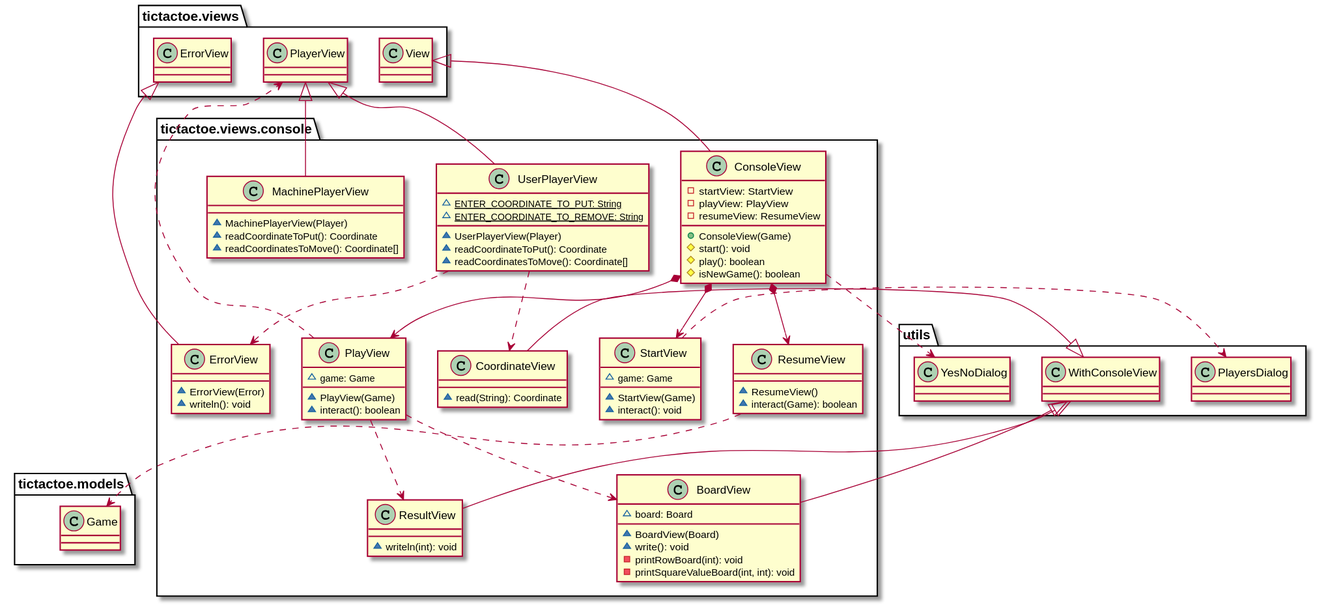
The PlantUML diagram documentView/withoutFactoryMethod/docs/diagrams/out/paquetes/tictactoe.views.console.svg in Jolucaa/USantaTecla-project-ticTacToe, before a commit.
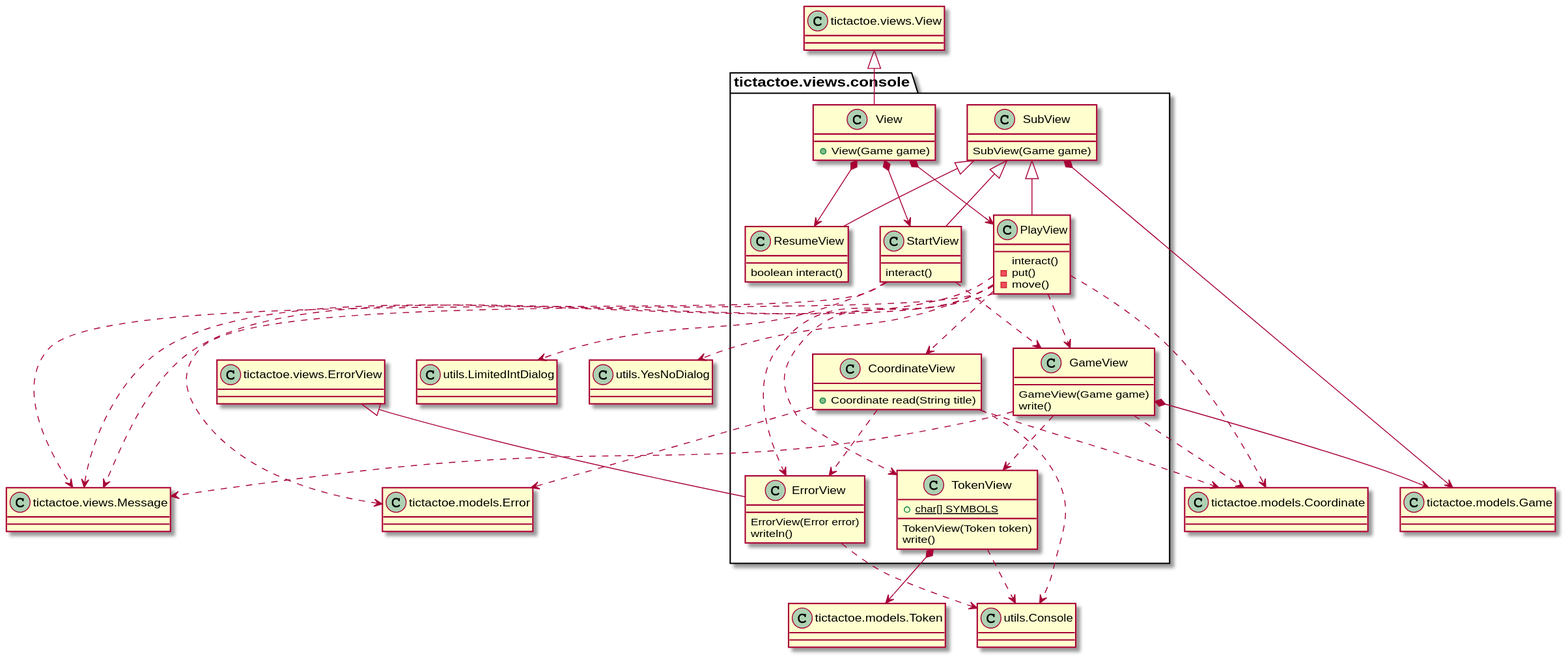
The same diagram one commit later.

What changed in the source:
```diff
@@ -1,83 +1,121 @@
 @startuml
+class tictactoe.views.console.CoordinateView {
 
-class  tictactoe.views.console.BoardView{
-~ board: Board
-~ BoardView(Board)
-~ write(): void
-- printRowBoard(int): void
-- printSquareValueBoard(int, int): void
+    + Coordinate read(String title)
+
 }
-utils.WithConsoleView <|-down- tictactoe.views.console.BoardView
 
-class  tictactoe.views.console.ConsoleView{
-- startView: StartView
-- playView: PlayView
-- resumeView: ResumeView
-+ ConsoleView(Game)
-# start(): void
-# play(): boolean
-# isNewGame(): boolean
+tictactoe.views.console.CoordinateView ..> tictactoe.views.console.ErrorView
+
+class Coordinate as "tictactoe.models.Coordinate"
+class Error as "tictactoe.models.Error"
+class Console as "utils.Console"
+
+tictactoe.views.console.CoordinateView ..> Console
+tictactoe.views.console.CoordinateView ..> Error
+tictactoe.views.console.CoordinateView ..> Coordinate
+
+class tictactoe.views.console.ErrorView {
+
+	ErrorView(Error error)
+	writeln()
+
 }
-tictactoe.views.View <|-down- tictactoe.views.console.ConsoleView
-tictactoe.views.console.ConsoleView *-down-> tictactoe.views.console.StartView
-tictactoe.views.console.ConsoleView *-down-> tictactoe.views.console.PlayView
-tictactoe.views.console.ConsoleView *-down-> tictactoe.views.console.ResumeView
-tictactoe.views.console.ConsoleView ..> utils.YesNoDialog
 
-class  tictactoe.views.console.CoordinateView{
-~ read(String): Coordinate
+class ErrorView as "tictactoe.views.ErrorView"
+
+ErrorView <|-- tictactoe.views.console.ErrorView
+tictactoe.views.console.ErrorView ..> Console
+
+class tictactoe.views.console.GameView {
+
+    GameView(Game game)
+	write()
+
 }
-utils.WithConsoleView <|-down- tictactoe.views.console.CoordinateView
 
-class  tictactoe.views.console.ErrorView{
-~ ErrorView(Error)
-~ writeln(): void
+class Game as "tictactoe.models.Game"
+class Message as "tictactoe.views.Message"
+
+tictactoe.views.console.GameView *--> Game
+tictactoe.views.console.GameView ..> Coordinate
+tictactoe.views.console.GameView ..> Message
+tictactoe.views.console.GameView ..> tictactoe.views.console.TokenView
+
+class tictactoe.views.console.SubView {
+
+	SubView(Game game)
+
 }
-tictactoe.views.ErrorView <|-down- tictactoe.views.console.ErrorView
 
-class  tictactoe.views.console.MachinePlayerView{
-~ MachinePlayerView(Player)
-~ readCoordinateToPut(): Coordinate
-~ readCoordinatesToMove(): Coordinate[]
+tictactoe.views.console.SubView *--> Game
+
+class tictactoe.views.console.PlayView {
+
+    interact()
+    - put()
+    - move()
+
 }
-tictactoe.views.PlayerView <|-down- tictactoe.views.console.MachinePlayerView
 
-class  tictactoe.views.console.PlayView{
-~ game: Game
-~ PlayView(Game)
-~ interact(): boolean
+tictactoe.views.console.SubView <|-- tictactoe.views.console.PlayView
+tictactoe.views.console.PlayView ..> Coordinate
+tictactoe.views.console.PlayView ..> Message
+tictactoe.views.console.PlayView ..> Error
+tictactoe.views.console.PlayView ..> tictactoe.views.console.ErrorView
+tictactoe.views.console.PlayView ..> tictactoe.views.console.CoordinateView
+tictactoe.views.console.PlayView ..> tictactoe.views.console.GameView
+tictactoe.views.console.PlayView ..> tictactoe.views.console.TokenView
+
+class tictactoe.views.console.ResumeView {
+
+	boolean interact()
+
 }
-tictactoe.views.console.PlayView ..> tictactoe.views.console.BoardView
-tictactoe.views.console.PlayView ..> tictactoe.views.PlayerView
-tictactoe.views.console.PlayView ..> tictactoe.views.console.ResultView
 
-class tictactoe.views.console.ResultView{
-~ writeln(int): void
+class YesNoDialog as "utils.YesNoDialog"
+
+tictactoe.views.console.SubView <|-- tictactoe.views.console.ResumeView
+tictactoe.views.console.PlayView ..> Message
+tictactoe.views.console.PlayView ..> YesNoDialog
+
+class tictactoe.views.console.StartView {
+
+	interact()
+
 }
-utils.WithConsoleView <|-down- tictactoe.views.console.ResultView
 
-class  tictactoe.views.console.ResumeView{
-~ ResumeView()
-~ interact(Game): boolean
+class LimitedIntDialog as "utils.LimitedIntDialog"
+
+tictactoe.views.console.SubView <|-- tictactoe.views.console.StartView
+tictactoe.views.console.StartView ..> Message
+tictactoe.views.console.StartView ..> LimitedIntDialog
+tictactoe.views.console.StartView ..> tictactoe.views.console.GameView
+
+class tictactoe.views.console.TokenView {
+
+	+ {static} char[] SYMBOLS
+
+	TokenView(Token token)
+	write()
+
 }
-tictactoe.views.console.ResumeView ..> tictactoe.models.Game
 
-class tictactoe.views.console.StartView{
-~ game: Game
-~ StartView(Game)
-~ interact(): void
+class Token as "tictactoe.models.Token"
+
+tictactoe.views.console.TokenView *--> Token
+tictactoe.views.console.TokenView ..> Console
+
+class tictactoe.views.console.View {
+
+	+ View(Game game)
+
 }
-tictactoe.views.console.StartView ..> utils.PlayersDialog
 
-class  tictactoe.views.console.UserPlayerView{
-~ {static} ENTER_COORDINATE_TO_PUT: String
-~ {static} ENTER_COORDINATE_TO_REMOVE: String
-~ UserPlayerView(Player)
-~ readCoordinateToPut(): Coordinate
-~ readCoordinatesToMove(): Coordinate[]
-}
-tictactoe.views.PlayerView <|-down- tictactoe.views.console.UserPlayerView
-tictactoe.views.console.UserPlayerView ..> tictactoe.views.console.ErrorView
-tictactoe.views.console.UserPlayerView ..> tictactoe.views.console.CoordinateView
+class View as "tictactoe.views.View"
 
+View <|-- tictactoe.views.console.View
+tictactoe.views.console.View *--> tictactoe.views.console.ResumeView
+tictactoe.views.console.View *--> tictactoe.views.console.PlayView
+tictactoe.views.console.View *--> tictactoe.views.console.StartView
 @enduml
```
